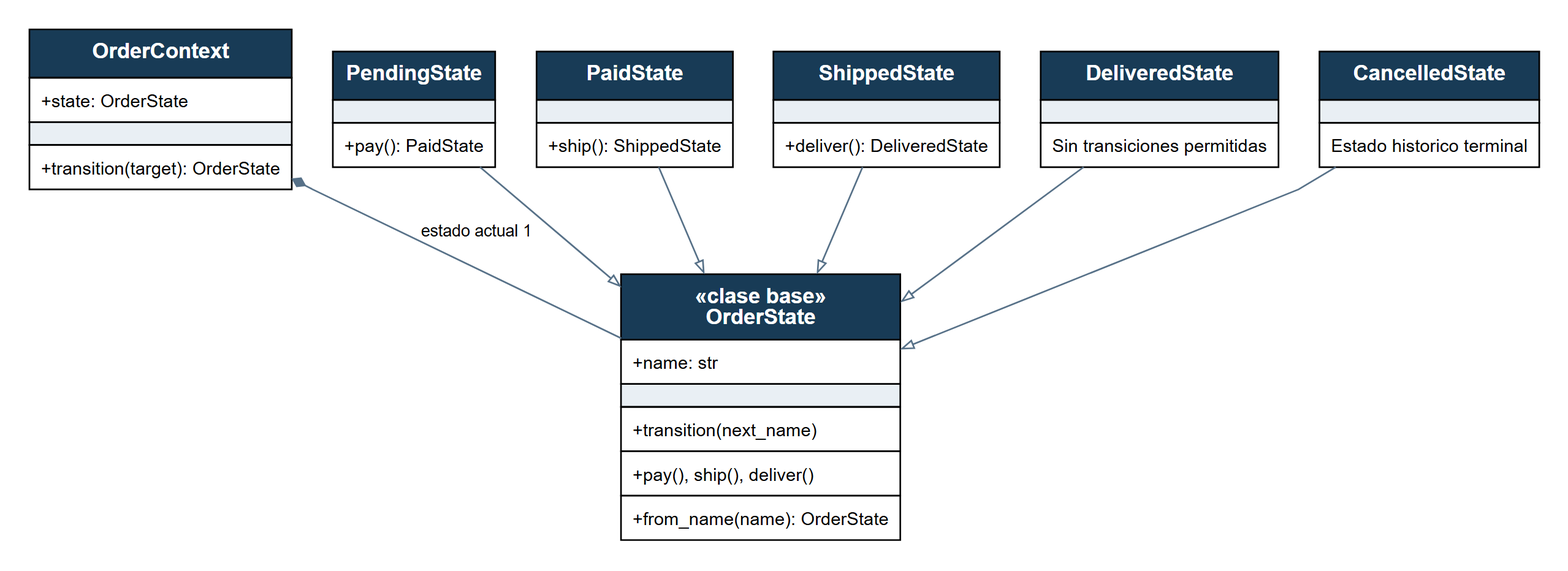
Before: Proyecto_PrograAvanzada/entregables/informe/diagramas/03_uml_state.png, a diagram exported from Graphviz (desmonteix/Tickia-PrograAvanzada). Its source is kept beside it as Proyecto_PrograAvanzada/entregables/informe/diagramas/03_uml_state.dot. Source of this version:
```dot
digraph G { graph [bgcolor="white", pad="0.25", nodesep="0.35", ranksep="0.50", splines=polyline]; node [fontname="Arial"]; edge [fontname="Arial", fontsize=10, color="#577188", arrowsize=.7];
graph [rankdir=TB,ranksep=.55];
OrderContext [shape=plain label=<<TABLE BORDER="0" CELLBORDER="1" CELLSPACING="0" CELLPADDING="6"><TR><TD BGCOLOR="#183B56"><FONT FACE="Arial" COLOR="white" POINT-SIZE="13"><B>OrderContext</B></FONT></TD></TR><TR><TD ALIGN="LEFT"><FONT FACE="Arial" POINT-SIZE="11">+state: OrderState</FONT></TD></TR><TR><TD HEIGHT="3" BGCOLOR="#E9EFF4"></TD></TR><TR><TD ALIGN="LEFT"><FONT FACE="Arial" POINT-SIZE="11">+transition(target): OrderState</FONT></TD></TR></TABLE>>];
OrderState [shape=plain label=<<TABLE BORDER="0" CELLBORDER="1" CELLSPACING="0" CELLPADDING="6"><TR><TD BGCOLOR="#183B56"><FONT FACE="Arial" COLOR="white" POINT-SIZE="13"><B>«clase base»<BR/>OrderState</B></FONT></TD></TR><TR><TD ALIGN="LEFT"><FONT FACE="Arial" POINT-SIZE="11">+name: str</FONT></TD></TR><TR><TD HEIGHT="3" BGCOLOR="#E9EFF4"></TD></TR><TR><TD ALIGN="LEFT"><FONT FACE="Arial" POINT-SIZE="11">+transition(next_name)</FONT></TD></TR><TR><TD ALIGN="LEFT"><FONT FACE="Arial" POINT-SIZE="11">+pay(), ship(), deliver()</FONT></TD></TR><TR><TD ALIGN="LEFT"><FONT FACE="Arial" POINT-SIZE="11">+from_name(name): OrderState</FONT></TD></TR></TABLE>>];
PendingState [shape=plain label=<<TABLE BORDER="0" CELLBORDER="1" CELLSPACING="0" CELLPADDING="6"><TR><TD BGCOLOR="#183B56"><FONT FACE="Arial" COLOR="white" POINT-SIZE="13"><B>PendingState</B></FONT></TD></TR><TR><TD HEIGHT="3" BGCOLOR="#E9EFF4"></TD></TR><TR><TD ALIGN="LEFT"><FONT FACE="Arial" POINT-SIZE="11">+pay(): PaidState</FONT></TD></TR></TABLE>>];
PaidState [shape=plain label=<<TABLE BORDER="0" CELLBORDER="1" CELLSPACING="0" CELLPADDING="6"><TR><TD BGCOLOR="#183B56"><FONT FACE="Arial" COLOR="white" POINT-SIZE="13"><B>PaidState</B></FONT></TD></TR><TR><TD HEIGHT="3" BGCOLOR="#E9EFF4"></TD></TR><TR><TD ALIGN="LEFT"><FONT FACE="Arial" POINT-SIZE="11">+ship(): ShippedState</FONT></TD></TR></TABLE>>];
ShippedState [shape=plain label=<<TABLE BORDER="0" CELLBORDER="1" CELLSPACING="0" CELLPADDING="6"><TR><TD BGCOLOR="#183B56"><FONT FACE="Arial" COLOR="white" POINT-SIZE="13"><B>ShippedState</B></FONT></TD></TR><TR><TD HEIGHT="3" BGCOLOR="#E9EFF4"></TD></TR><TR><TD ALIGN="LEFT"><FONT FACE="Arial" POINT-SIZE="11">+deliver(): DeliveredState</FONT></TD></TR></TABLE>>];
DeliveredState [shape=plain label=<<TABLE BORDER="0" CELLBORDER="1" CELLSPACING="0" CELLPADDING="6"><TR><TD BGCOLOR="#183B56"><FONT FACE="Arial" COLOR="white" POINT-SIZE="13"><B>DeliveredState</B></FONT></TD></TR><TR><TD HEIGHT="3" BGCOLOR="#E9EFF4"></TD></TR><TR><TD ALIGN="LEFT"><FONT FACE="Arial" POINT-SIZE="11">Sin transiciones permitidas</FONT></TD></TR></TABLE>>];
CancelledState [shape=plain label=<<TABLE BORDER="0" CELLBORDER="1" CELLSPACING="0" CELLPADDING="6"><TR><TD BGCOLOR="#183B56"><FONT FACE="Arial" COLOR="white" POINT-SIZE="13"><B>CancelledState</B></FONT></TD></TR><TR><TD HEIGHT="3" BGCOLOR="#E9EFF4"></TD></TR><TR><TD ALIGN="LEFT"><FONT FACE="Arial" POINT-SIZE="11">Estado historico terminal</FONT></TD></TR></TABLE>>];
OrderContext -> OrderState [dir=both,arrowtail=diamond,arrowhead=none,label="estado actual 1"];
PendingState -> OrderState [arrowhead=empty];
PaidState -> OrderState [arrowhead=empty];
ShippedState -> OrderState [arrowhead=empty];
DeliveredState -> OrderState [arrowhead=empty];
CancelledState -> OrderState [arrowhead=empty];
}
```
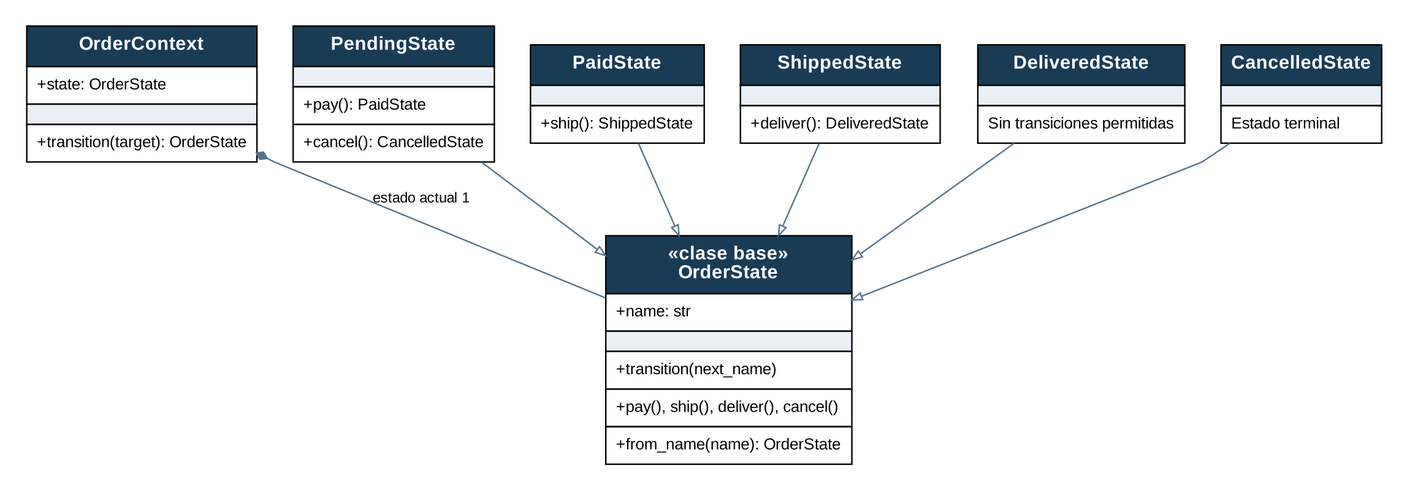
Above is the later version.

Change to the diagram source:
```diff
@@ -1,12 +1,12 @@
 digraph G { graph [bgcolor="white", pad="0.25", nodesep="0.35", ranksep="0.50", splines=polyline]; node [fontname="Arial"]; edge [fontname="Arial", fontsize=10, color="#577188", arrowsize=.7];
 graph [rankdir=TB,ranksep=.55];
 OrderContext [shape=plain label=<<TABLE BORDER="0" CELLBORDER="1" CELLSPACING="0" CELLPADDING="6"><TR><TD BGCOLOR="#183B56"><FONT FACE="Arial" COLOR="white" POINT-SIZE="13"><B>OrderContext</B></FONT></TD></TR><TR><TD ALIGN="LEFT"><FONT FACE="Arial" POINT-SIZE="11">+state: OrderState</FONT></TD></TR><TR><TD HEIGHT="3" BGCOLOR="#E9EFF4"></TD></TR><TR><TD ALIGN="LEFT"><FONT FACE="Arial" POINT-SIZE="11">+transition(target): OrderState</FONT></TD></TR></TABLE>>];
-OrderState [shape=plain label=<<TABLE BORDER="0" CELLBORDER="1" CELLSPACING="0" CELLPADDING="6"><TR><TD BGCOLOR="#183B56"><FONT FACE="Arial" COLOR="white" POINT-SIZE="13"><B>«clase base»<BR/>OrderState</B></FONT></TD></TR><TR><TD ALIGN="LEFT"><FONT FACE="Arial" POINT-SIZE="11">+name: str</FONT></TD></TR><TR><TD HEIGHT="3" BGCOLOR="#E9EFF4"></TD></TR><TR><TD ALIGN="LEFT"><FONT FACE="Arial" POINT-SIZE="11">+transition(next_name)</FONT></TD></TR><TR><TD ALIGN="LEFT"><FONT FACE="Arial" POINT-SIZE="11">+pay(), ship(), deliver()</FONT></TD></TR><TR><TD ALIGN="LEFT"><FONT FACE="Arial" POINT-SIZE="11">+from_name(name): OrderState</FONT></TD></TR></TABLE>>];
-PendingState [shape=plain label=<<TABLE BORDER="0" CELLBORDER="1" CELLSPACING="0" CELLPADDING="6"><TR><TD BGCOLOR="#183B56"><FONT FACE="Arial" COLOR="white" POINT-SIZE="13"><B>PendingState</B></FONT></TD></TR><TR><TD HEIGHT="3" BGCOLOR="#E9EFF4"></TD></TR><TR><TD ALIGN="LEFT"><FONT FACE="Arial" POINT-SIZE="11">+pay(): PaidState</FONT></TD></TR></TABLE>>];
+OrderState [shape=plain label=<<TABLE BORDER="0" CELLBORDER="1" CELLSPACING="0" CELLPADDING="6"><TR><TD BGCOLOR="#183B56"><FONT FACE="Arial" COLOR="white" POINT-SIZE="13"><B>«clase base»<BR/>OrderState</B></FONT></TD></TR><TR><TD ALIGN="LEFT"><FONT FACE="Arial" POINT-SIZE="11">+name: str</FONT></TD></TR><TR><TD HEIGHT="3" BGCOLOR="#E9EFF4"></TD></TR><TR><TD ALIGN="LEFT"><FONT FACE="Arial" POINT-SIZE="11">+transition(next_name)</FONT></TD></TR><TR><TD ALIGN="LEFT"><FONT FACE="Arial" POINT-SIZE="11">+pay(), ship(), deliver(), cancel()</FONT></TD></TR><TR><TD ALIGN="LEFT"><FONT FACE="Arial" POINT-SIZE="11">+from_name(name): OrderState</FONT></TD></TR></TABLE>>];
+PendingState [shape=plain label=<<TABLE BORDER="0" CELLBORDER="1" CELLSPACING="0" CELLPADDING="6"><TR><TD BGCOLOR="#183B56"><FONT FACE="Arial" COLOR="white" POINT-SIZE="13"><B>PendingState</B></FONT></TD></TR><TR><TD HEIGHT="3" BGCOLOR="#E9EFF4"></TD></TR><TR><TD ALIGN="LEFT"><FONT FACE="Arial" POINT-SIZE="11">+pay(): PaidState</FONT></TD></TR><TR><TD ALIGN="LEFT"><FONT FACE="Arial" POINT-SIZE="11">+cancel(): CancelledState</FONT></TD></TR></TABLE>>];
 PaidState [shape=plain label=<<TABLE BORDER="0" CELLBORDER="1" CELLSPACING="0" CELLPADDING="6"><TR><TD BGCOLOR="#183B56"><FONT FACE="Arial" COLOR="white" POINT-SIZE="13"><B>PaidState</B></FONT></TD></TR><TR><TD HEIGHT="3" BGCOLOR="#E9EFF4"></TD></TR><TR><TD ALIGN="LEFT"><FONT FACE="Arial" POINT-SIZE="11">+ship(): ShippedState</FONT></TD></TR></TABLE>>];
 ShippedState [shape=plain label=<<TABLE BORDER="0" CELLBORDER="1" CELLSPACING="0" CELLPADDING="6"><TR><TD BGCOLOR="#183B56"><FONT FACE="Arial" COLOR="white" POINT-SIZE="13"><B>ShippedState</B></FONT></TD></TR><TR><TD HEIGHT="3" BGCOLOR="#E9EFF4"></TD></TR><TR><TD ALIGN="LEFT"><FONT FACE="Arial" POINT-SIZE="11">+deliver(): DeliveredState</FONT></TD></TR></TABLE>>];
 DeliveredState [shape=plain label=<<TABLE BORDER="0" CELLBORDER="1" CELLSPACING="0" CELLPADDING="6"><TR><TD BGCOLOR="#183B56"><FONT FACE="Arial" COLOR="white" POINT-SIZE="13"><B>DeliveredState</B></FONT></TD></TR><TR><TD HEIGHT="3" BGCOLOR="#E9EFF4"></TD></TR><TR><TD ALIGN="LEFT"><FONT FACE="Arial" POINT-SIZE="11">Sin transiciones permitidas</FONT></TD></TR></TABLE>>];
-CancelledState [shape=plain label=<<TABLE BORDER="0" CELLBORDER="1" CELLSPACING="0" CELLPADDING="6"><TR><TD BGCOLOR="#183B56"><FONT FACE="Arial" COLOR="white" POINT-SIZE="13"><B>CancelledState</B></FONT></TD></TR><TR><TD HEIGHT="3" BGCOLOR="#E9EFF4"></TD></TR><TR><TD ALIGN="LEFT"><FONT FACE="Arial" POINT-SIZE="11">Estado historico terminal</FONT></TD></TR></TABLE>>];
+CancelledState [shape=plain label=<<TABLE BORDER="0" CELLBORDER="1" CELLSPACING="0" CELLPADDING="6"><TR><TD BGCOLOR="#183B56"><FONT FACE="Arial" COLOR="white" POINT-SIZE="13"><B>CancelledState</B></FONT></TD></TR><TR><TD HEIGHT="3" BGCOLOR="#E9EFF4"></TD></TR><TR><TD ALIGN="LEFT"><FONT FACE="Arial" POINT-SIZE="11">Estado terminal</FONT></TD></TR></TABLE>>];
 OrderContext -> OrderState [dir=both,arrowtail=diamond,arrowhead=none,label="estado actual 1"];
 PendingState -> OrderState [arrowhead=empty];
 PaidState -> OrderState [arrowhead=empty];
```
